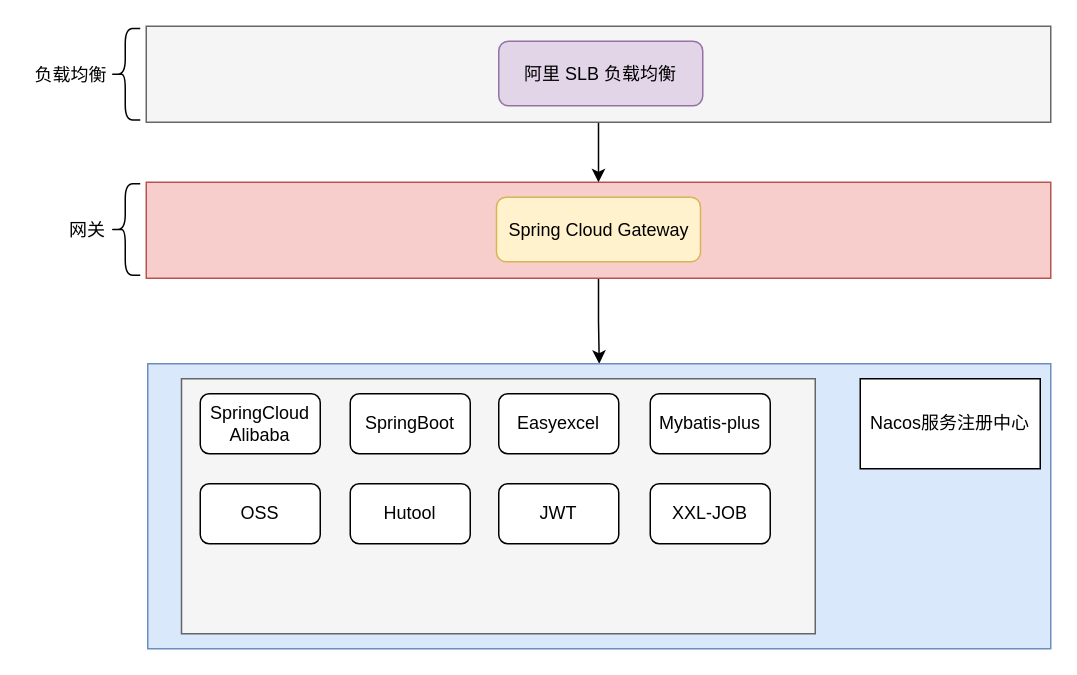
Before: cbs2.0技术架构.drawio in ammengke/my-drawio, a draw.io diagram. Source tidied: cells renumbered, new cells numbered last; positions are measured from the earlier drawing's top-left corner, leaving out a move shared by most shapes. Both pictures are drawn from the tidied source at 150%, with x=0, y=0 at pixel (26, 26).
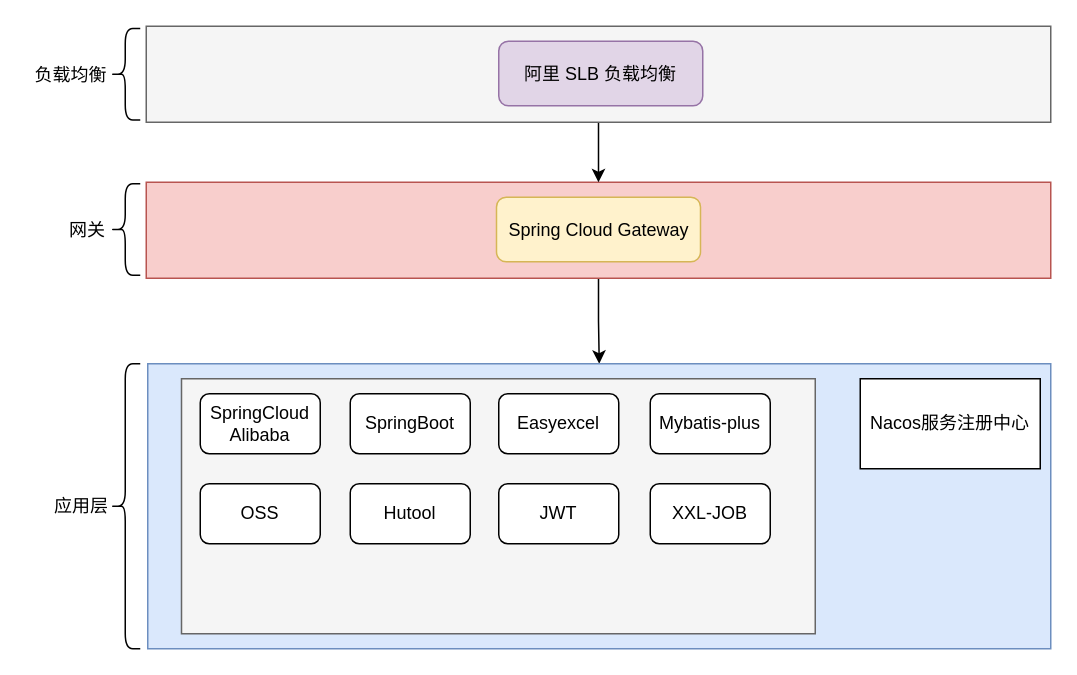
Above is the later version.

Commit message (it also covers changes not shown here):
更新cbs2.0技术架构.drawio

Diff of the diagram source:
```diff
@@
+    <mxCell id="23" value="应用层" style="text;html=1;strokeColor=none;fillColor=none;align=center;verticalAlign=middle;whiteSpace=wrap;rounded=0;" parent="1" vertex="1">
+      <mxGeometry x="7" y="305" width="60" height="30" as="geometry" />
+    </mxCell>
+    <mxCell id="24" style="shape=curlyBracket;whiteSpace=wrap;html=1;rounded=1;" parent="1" vertex="1">
+      <mxGeometry x="56" y="225" width="20" height="190" as="geometry" />
+    </mxCell>
```
